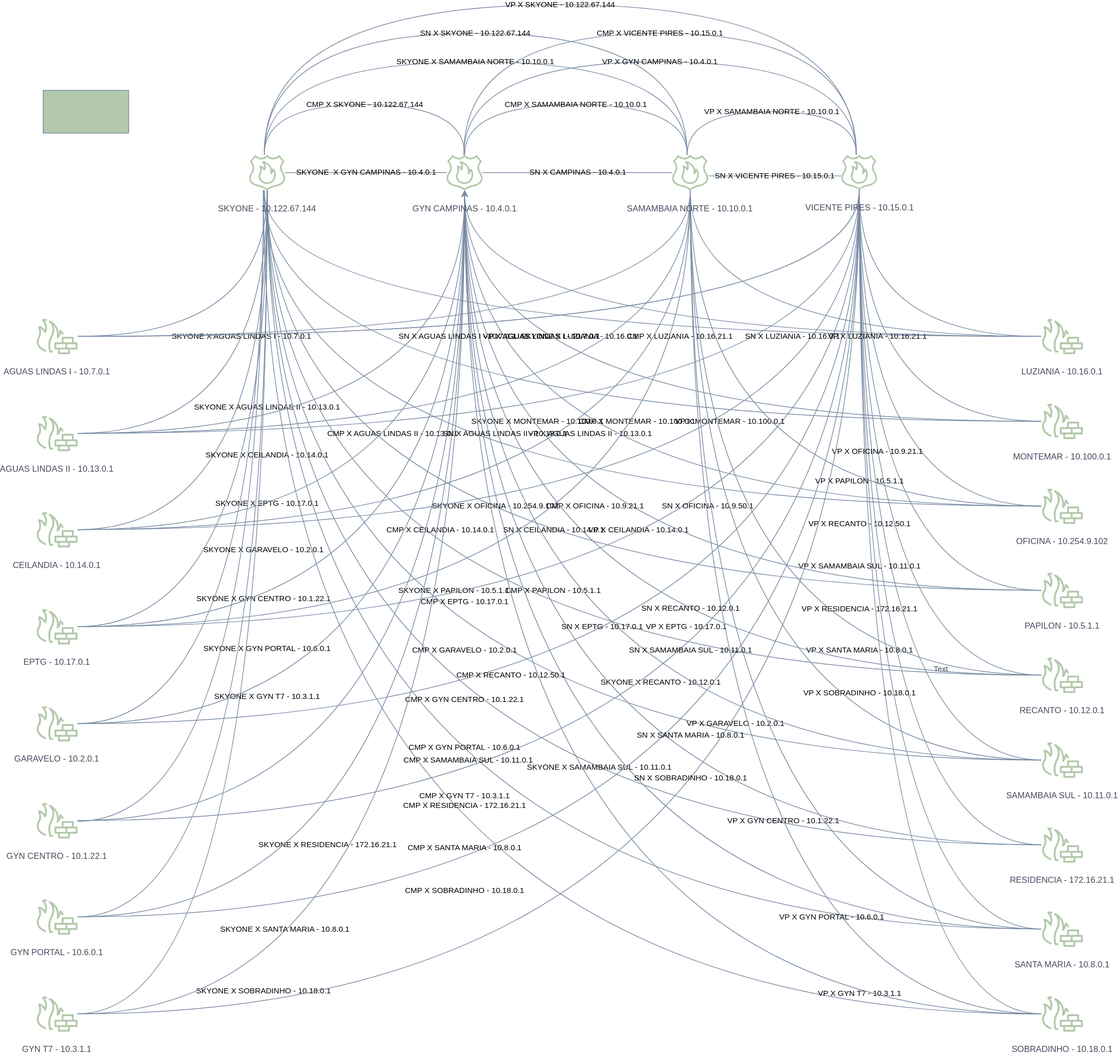
This is Diagrama sem nome.drawio.svg from Trevoom/Laborat-rio, a draw.io export, as it was before one commit. Source tidied: cells renumbered, new cells last; positions are measured from the earlier drawing's top-left corner, leaving out a move shared by most shapes.
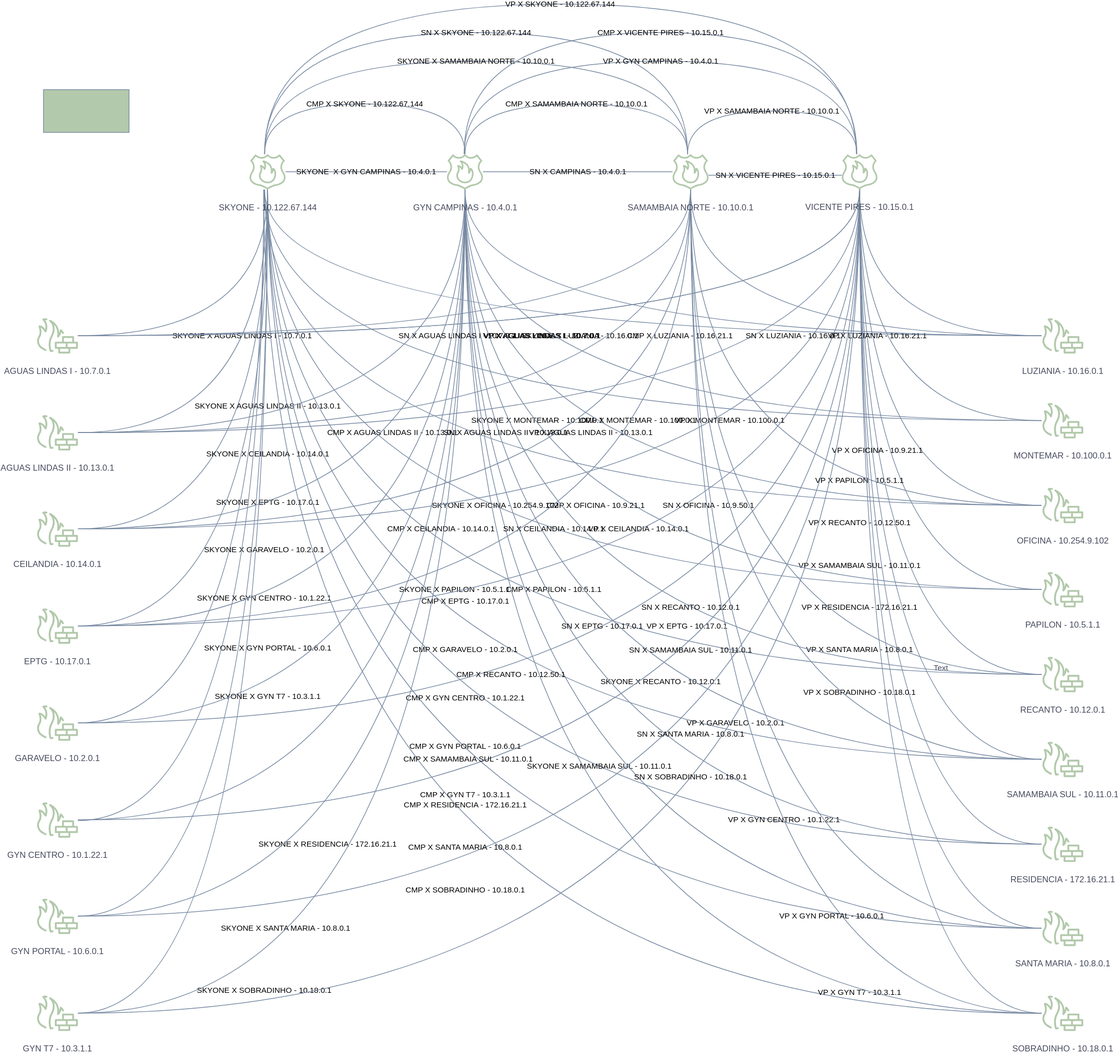
After the commit.

Diff of the diagram source:
```diff
@@ -143,52 +143,52 @@
         </Array>
       </mxGeometry>
     </mxCell>
-    <mxCell id="37" value="    CMP X AGUAS LINDAS  II - 10.13.0.1 " style="rounded=0;jettySize=auto;html=1;endArrow=classic;align=center;verticalAlign=middle;edgeStyle=orthogonalEdgeStyle;curved=1;fillColor=#B2C9AB;strokeColor=#788AA3;labelBackgroundColor=none;fontColor=default;" parent="1" edge="1" source="75" target="82">
+    <mxCell id="37" value="    CMP X AGUAS LINDAS  II - 10.13.0.1 " style="rounded=0;jettySize=auto;html=1;endArrow=none;align=center;verticalAlign=middle;edgeStyle=orthogonalEdgeStyle;curved=1;fillColor=#B2C9AB;strokeColor=#788AA3;labelBackgroundColor=none;fontColor=default;endFill=0;" parent="1" edge="1" source="75" target="82">
       <mxGeometry relative="1" as="geometry" />
     </mxCell>
-    <mxCell id="38" value="    CMP X CEILANDIA -  10.14.0.1 " style="edgeStyle=orthogonalEdgeStyle;rounded=0;jettySize=auto;html=1;curved=1;fillColor=#B2C9AB;strokeColor=#788AA3;labelBackgroundColor=none;fontColor=default;" parent="1" edge="1" source="76" target="82">
+    <mxCell id="38" value="    CMP X CEILANDIA -  10.14.0.1 " style="edgeStyle=orthogonalEdgeStyle;rounded=0;jettySize=auto;html=1;curved=1;fillColor=#B2C9AB;strokeColor=#788AA3;labelBackgroundColor=none;fontColor=default;endArrow=none;endFill=0;" parent="1" edge="1" source="76" target="82">
       <mxGeometry relative="1" as="geometry" />
     </mxCell>
-    <mxCell id="39" value="    CMP X EPTG -  10.17.0.1 " style="edgeStyle=orthogonalEdgeStyle;rounded=0;jettySize=auto;html=1;curved=1;fillColor=#B2C9AB;strokeColor=#788AA3;labelBackgroundColor=none;fontColor=default;" parent="1" edge="1" source="77" target="82">
+    <mxCell id="39" value="    CMP X EPTG -  10.17.0.1 " style="edgeStyle=orthogonalEdgeStyle;rounded=0;jettySize=auto;html=1;curved=1;fillColor=#B2C9AB;strokeColor=#788AA3;labelBackgroundColor=none;fontColor=default;endArrow=none;endFill=0;" parent="1" edge="1" source="77" target="82">
       <mxGeometry relative="1" as="geometry" />
     </mxCell>
-    <mxCell id="40" value="    CMP X GARAVELO -  10.2.0.1 " style="edgeStyle=orthogonalEdgeStyle;rounded=0;jettySize=auto;html=1;curved=1;fillColor=#B2C9AB;strokeColor=#788AA3;labelBackgroundColor=none;fontColor=default;" parent="1" edge="1" source="73" target="82">
+    <mxCell id="40" value="    CMP X GARAVELO -  10.2.0.1 " style="edgeStyle=orthogonalEdgeStyle;rounded=0;jettySize=auto;html=1;curved=1;fillColor=#B2C9AB;strokeColor=#788AA3;labelBackgroundColor=none;fontColor=default;endArrow=none;endFill=0;" parent="1" edge="1" source="73" target="82">
       <mxGeometry relative="1" as="geometry" />
     </mxCell>
-    <mxCell id="41" value="    CMP X GYN CENTRO -  10.1.22.1 " style="edgeStyle=orthogonalEdgeStyle;rounded=0;jettySize=auto;html=1;curved=1;fillColor=#B2C9AB;strokeColor=#788AA3;labelBackgroundColor=none;fontColor=default;" parent="1" edge="1" source="74" target="82">
+    <mxCell id="41" value="    CMP X GYN CENTRO -  10.1.22.1 " style="edgeStyle=orthogonalEdgeStyle;rounded=0;jettySize=auto;html=1;curved=1;fillColor=#B2C9AB;strokeColor=#788AA3;labelBackgroundColor=none;fontColor=default;endArrow=none;endFill=0;" parent="1" edge="1" source="74" target="82">
       <mxGeometry relative="1" as="geometry" />
     </mxCell>
-    <mxCell id="42" value="    CMP X PAPILON -  10.5.1.1 " style="edgeStyle=orthogonalEdgeStyle;rounded=0;jettySize=auto;html=1;curved=1;fillColor=#B2C9AB;strokeColor=#788AA3;labelBackgroundColor=none;fontColor=default;" parent="1" edge="1" source="64" target="82">
+    <mxCell id="42" value="    CMP X PAPILON -  10.5.1.1 " style="edgeStyle=orthogonalEdgeStyle;rounded=0;jettySize=auto;html=1;curved=1;fillColor=#B2C9AB;strokeColor=#788AA3;labelBackgroundColor=none;fontColor=default;endArrow=none;endFill=0;" parent="1" edge="1" source="64" target="82">
       <mxGeometry relative="1" as="geometry" />
     </mxCell>
-    <mxCell id="43" value="    CMP X SANTA MARIA -  10.8.0.1 " style="edgeStyle=orthogonalEdgeStyle;rounded=0;jettySize=auto;html=1;curved=1;fillColor=#B2C9AB;strokeColor=#788AA3;labelBackgroundColor=none;fontColor=default;" parent="1" edge="1" source="65" target="82">
+    <mxCell id="43" value="    CMP X SANTA MARIA -  10.8.0.1 " style="edgeStyle=orthogonalEdgeStyle;rounded=0;jettySize=auto;html=1;curved=1;fillColor=#B2C9AB;strokeColor=#788AA3;labelBackgroundColor=none;fontColor=default;endArrow=none;endFill=0;" parent="1" edge="1" source="65" target="82">
       <mxGeometry relative="1" as="geometry" />
     </mxCell>
-    <mxCell id="44" value="    CMP X SOBRADINHO -  10.18.0.1 " style="edgeStyle=orthogonalEdgeStyle;rounded=0;jettySize=auto;html=1;curved=1;fillColor=#B2C9AB;strokeColor=#788AA3;labelBackgroundColor=none;fontColor=default;" parent="1" edge="1" source="66" target="82">
+    <mxCell id="44" value="    CMP X SOBRADINHO -  10.18.0.1 " style="edgeStyle=orthogonalEdgeStyle;rounded=0;jettySize=auto;html=1;curved=1;fillColor=#B2C9AB;strokeColor=#788AA3;labelBackgroundColor=none;fontColor=default;endArrow=none;endFill=0;" parent="1" edge="1" source="66" target="82">
       <mxGeometry relative="1" as="geometry" />
     </mxCell>
-    <mxCell id="45" value="    CMP X MONTEMAR -  10.100.0.1 " style="edgeStyle=orthogonalEdgeStyle;rounded=0;jettySize=auto;html=1;curved=1;fillColor=#B2C9AB;strokeColor=#788AA3;labelBackgroundColor=none;fontColor=default;" parent="1" edge="1" source="67" target="82">
+    <mxCell id="45" value="    CMP X MONTEMAR -  10.100.0.1 " style="edgeStyle=orthogonalEdgeStyle;rounded=0;jettySize=auto;html=1;curved=1;fillColor=#B2C9AB;strokeColor=#788AA3;labelBackgroundColor=none;fontColor=default;endArrow=none;endFill=0;" parent="1" edge="1" source="67" target="82">
       <mxGeometry relative="1" as="geometry" />
     </mxCell>
-    <mxCell id="46" value="    CMP X OFICINA -  10.9.21.1 " style="edgeStyle=orthogonalEdgeStyle;rounded=0;jettySize=auto;html=1;curved=1;fillColor=#B2C9AB;strokeColor=#788AA3;labelBackgroundColor=none;fontColor=default;" parent="1" edge="1" source="68" target="82">
+    <mxCell id="46" value="    CMP X OFICINA -  10.9.21.1 " style="edgeStyle=orthogonalEdgeStyle;rounded=0;jettySize=auto;html=1;curved=1;fillColor=#B2C9AB;strokeColor=#788AA3;labelBackgroundColor=none;fontColor=default;endArrow=none;endFill=0;" parent="1" edge="1" source="68" target="82">
       <mxGeometry relative="1" as="geometry" />
     </mxCell>
-    <mxCell id="47" value="    CMP X LUZIANIA -  10.16.21.1 " style="edgeStyle=orthogonalEdgeStyle;rounded=0;jettySize=auto;html=1;curved=1;fillColor=#B2C9AB;strokeColor=#788AA3;labelBackgroundColor=none;fontColor=default;" parent="1" edge="1" source="69" target="82">
+    <mxCell id="47" value="    CMP X LUZIANIA -  10.16.21.1 " style="edgeStyle=orthogonalEdgeStyle;rounded=0;jettySize=auto;html=1;curved=1;fillColor=#B2C9AB;strokeColor=#788AA3;labelBackgroundColor=none;fontColor=default;endArrow=none;endFill=0;" parent="1" edge="1" source="69" target="82">
       <mxGeometry relative="1" as="geometry" />
     </mxCell>
-    <mxCell id="48" value="    CMP X RECANTO -  10.12.50.1 " style="edgeStyle=orthogonalEdgeStyle;rounded=0;jettySize=auto;html=1;curved=1;fillColor=#B2C9AB;strokeColor=#788AA3;labelBackgroundColor=none;fontColor=default;" parent="1" edge="1" source="70" target="82">
+    <mxCell id="48" value="    CMP X RECANTO -  10.12.50.1 " style="edgeStyle=orthogonalEdgeStyle;rounded=0;jettySize=auto;html=1;curved=1;fillColor=#B2C9AB;strokeColor=#788AA3;labelBackgroundColor=none;fontColor=default;endArrow=none;endFill=0;" parent="1" edge="1" source="70" target="82">
       <mxGeometry relative="1" as="geometry" />
     </mxCell>
-    <mxCell id="49" value="    CMP X RESIDENCIA -  172.16.21.1 " style="edgeStyle=orthogonalEdgeStyle;rounded=0;jettySize=auto;html=1;curved=1;fillColor=#B2C9AB;strokeColor=#788AA3;labelBackgroundColor=none;fontColor=default;" parent="1" edge="1" source="71" target="82">
+    <mxCell id="49" value="    CMP X RESIDENCIA -  172.16.21.1 " style="edgeStyle=orthogonalEdgeStyle;rounded=0;jettySize=auto;html=1;curved=1;fillColor=#B2C9AB;strokeColor=#788AA3;labelBackgroundColor=none;fontColor=default;endArrow=none;endFill=0;" parent="1" edge="1" source="71" target="82">
       <mxGeometry relative="1" as="geometry" />
     </mxCell>
-    <mxCell id="50" value="    CMP X SAMAMBAIA SUL  - 10.11.0.1 " style="edgeStyle=orthogonalEdgeStyle;rounded=0;jettySize=auto;html=1;curved=1;fillColor=#B2C9AB;strokeColor=#788AA3;labelBackgroundColor=none;fontColor=default;" parent="1" edge="1" source="72" target="82">
+    <mxCell id="50" value="    CMP X SAMAMBAIA SUL  - 10.11.0.1 " style="edgeStyle=orthogonalEdgeStyle;rounded=0;jettySize=auto;html=1;curved=1;fillColor=#B2C9AB;strokeColor=#788AA3;labelBackgroundColor=none;fontColor=default;endArrow=none;endFill=0;" parent="1" edge="1" source="72" target="82">
       <mxGeometry relative="1" as="geometry" />
     </mxCell>
-    <mxCell id="51" value="    CMP X GYN T7 -  10.3.1.1 " style="edgeStyle=orthogonalEdgeStyle;rounded=0;jettySize=auto;html=1;curved=1;fillColor=#B2C9AB;strokeColor=#788AA3;labelBackgroundColor=none;fontColor=default;" parent="1" edge="1" source="79" target="82">
+    <mxCell id="51" value="    CMP X GYN T7 -  10.3.1.1 " style="edgeStyle=orthogonalEdgeStyle;rounded=0;jettySize=auto;html=1;curved=1;fillColor=#B2C9AB;strokeColor=#788AA3;labelBackgroundColor=none;fontColor=default;endArrow=none;endFill=0;" parent="1" edge="1" source="79" target="82">
       <mxGeometry relative="1" as="geometry" />
     </mxCell>
-    <mxCell id="52" value="    CMP X GYN PORTAL -  10.6.0.1 " style="edgeStyle=orthogonalEdgeStyle;rounded=0;jettySize=auto;html=1;curved=1;fillColor=#B2C9AB;strokeColor=#788AA3;labelBackgroundColor=none;fontColor=default;" parent="1" edge="1" source="80" target="82">
+    <mxCell id="52" value="    CMP X GYN PORTAL -  10.6.0.1 " style="edgeStyle=orthogonalEdgeStyle;rounded=0;jettySize=auto;html=1;curved=1;fillColor=#B2C9AB;strokeColor=#788AA3;labelBackgroundColor=none;fontColor=default;endArrow=none;endFill=0;" parent="1" edge="1" source="80" target="82">
       <mxGeometry relative="1" as="geometry" />
     </mxCell>
     <mxCell id="53" value="    SN X AGUAS LINDAS I  - 10.7.0.1 " style="edgeStyle=orthogonalEdgeStyle;shape=connector;rounded=0;jettySize=auto;html=1;align=center;verticalAlign=middle;elbow=vertical;endArrow=none;endFill=0;curved=1;fillColor=#B2C9AB;strokeColor=#788AA3;labelBackgroundColor=none;fontColor=default;" parent="1" edge="1" source="78" target="83">
```
